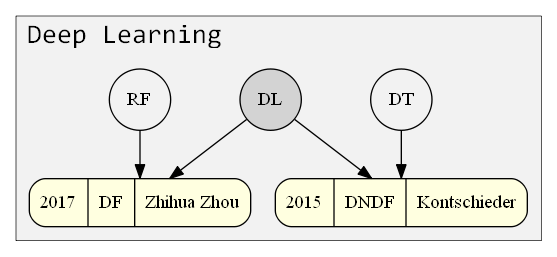
This is blog/tree_based_classifiers/tc-dl.png from Holdlen2DH/holdlen2dh.github.io, a Graphviz export, as it was before one commit. Its source is kept beside it as blog/tree_based_classifiers/tc-dl.dot. Its diagram source:
```dot
digraph {
    compound=true
	fontname="Inconsolata, Consolas"
	fontsize=20
	margin="0,0"
	ranksep=0.5
	penwidth=0.5
	forcelabels=true

    subgraph cluster_dl {
        margin="10,10"
		labeljust="left"
		label = "Deep Learning"
		style=filled
		fillcolor=gray95

        dndf [shape = Mrecord, label = "2015|DNDF|Kontschieder", style = filled, fillcolor=lightyellow]
        df [shape = Mrecord, label = "2017|DF|Zhihua Zhou", style = filled, fillcolor=lightyellow]




        dl [shape = circle, label = "DL", style = filled, filledcolor = gray95]

        dt [shape = circle, label = "DT"]

        rf [shape = circle, label = "RF"]


        dl -> dndf
        dl -> df
        dt -> dndf
        rf -> df

        {rank = same; dndf; df}


    }




}
```
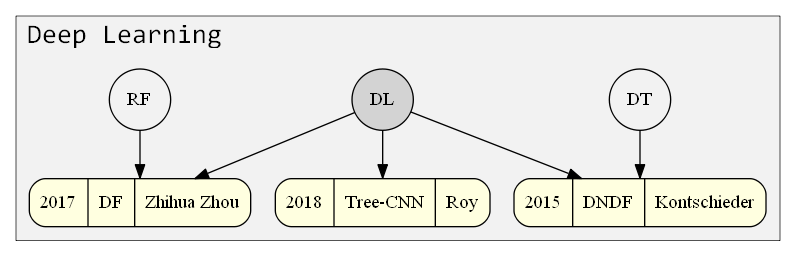
After the change.

Diff of the diagram source:
```diff
@@ -16,6 +16,7 @@
 
         dndf [shape = Mrecord, label = "2015|DNDF|Kontschieder", style = filled, fillcolor=lightyellow]
         df [shape = Mrecord, label = "2017|DF|Zhihua Zhou", style = filled, fillcolor=lightyellow]
+        treecnn [shape = Mrecord, label = "2018|Tree-CNN|Roy", style = filled, fillcolor=lightyellow]
 
 
 
@@ -29,6 +30,7 @@
 
         dl -> dndf
         dl -> df
+        dl -> treecnn
         dt -> dndf
         rf -> df
 
```
